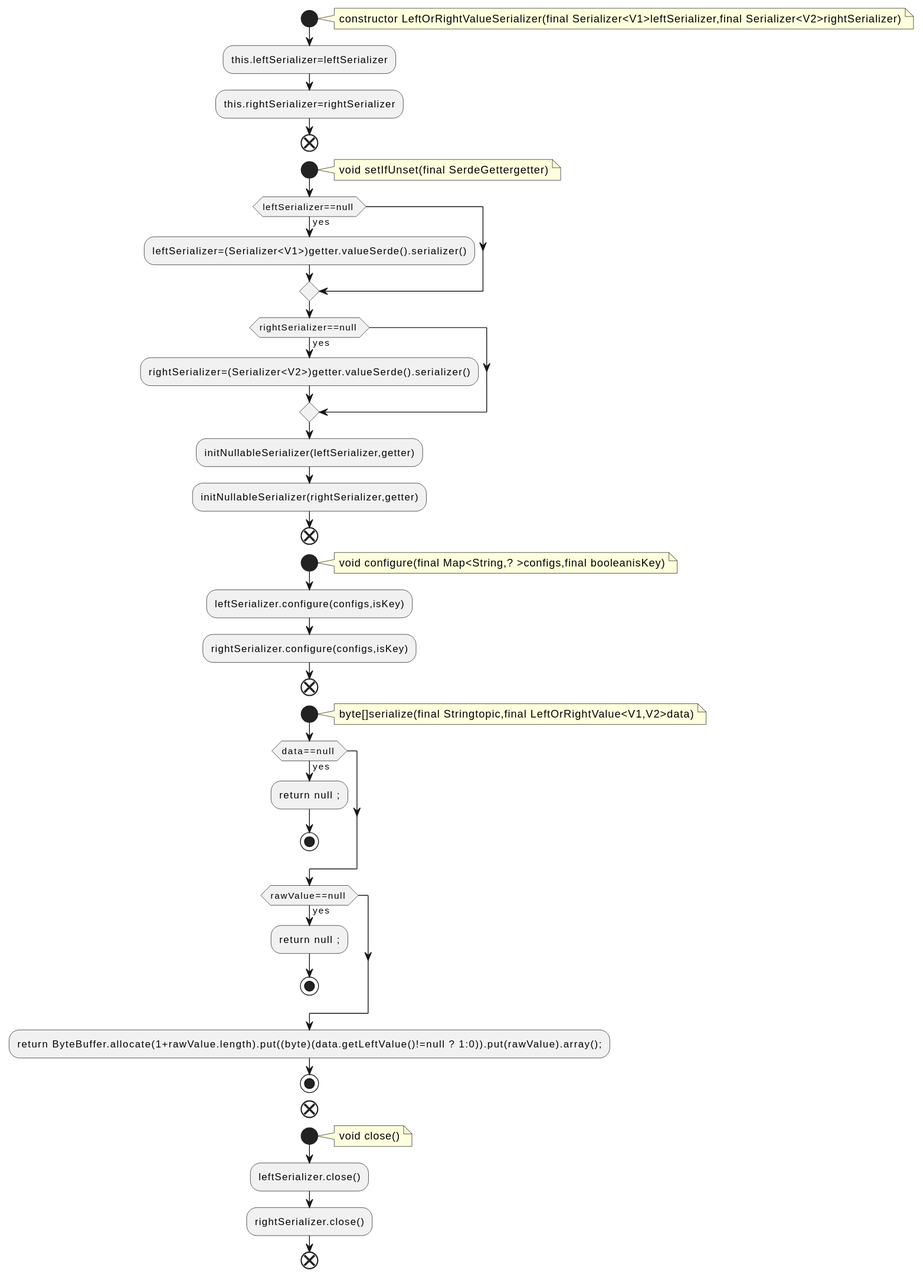
Before: docs/qc/streams/src/main/java/org/apache/kafka/streams/state/internals/LeftOrRightValueSerializer.java.fct.svg, a diagram exported from PlantUML (qualitesys/kafka).
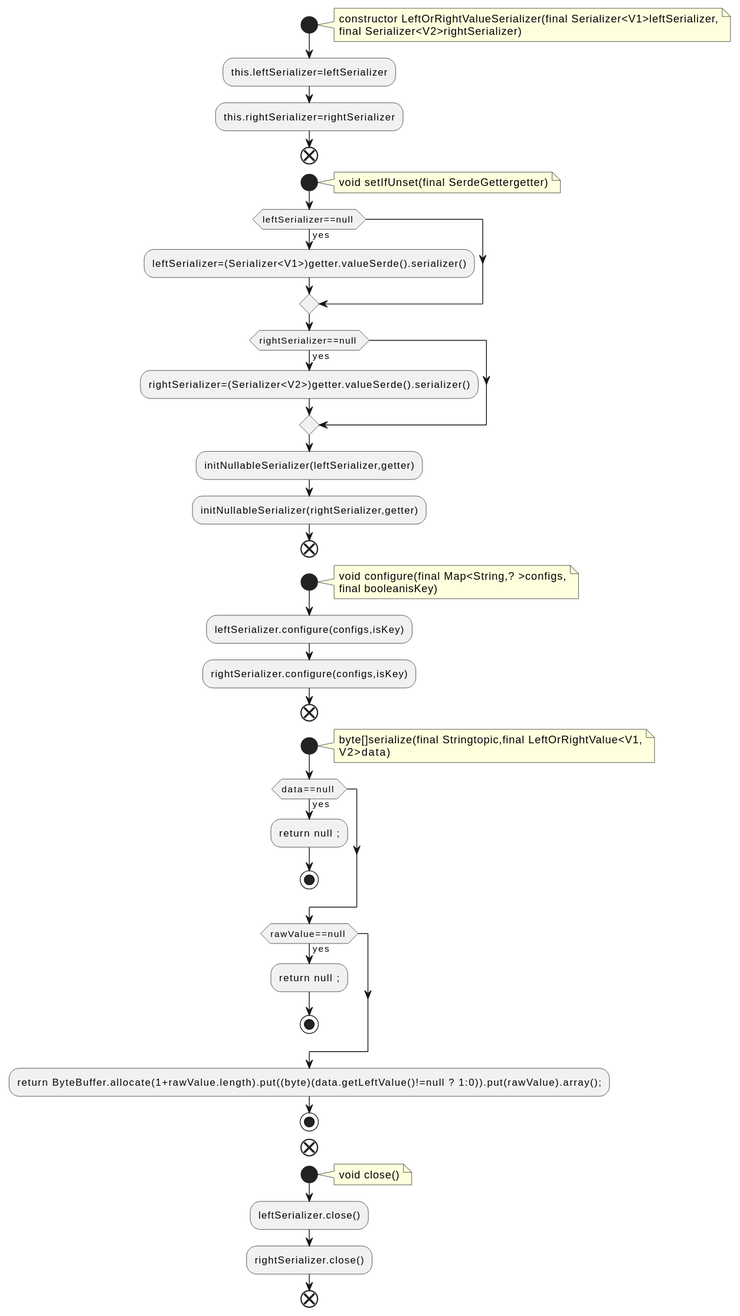
After the commit.

Change to the diagram source:
```diff
@@ -2,7 +2,8 @@
 !pragma layout smetana
 start
 note right
-constructor LeftOrRightValueSerializer(final Serializer<V1>leftSerializer,final Serializer<V2>rightSerializer)
+constructor LeftOrRightValueSerializer(final Serializer<V1>leftSerializer,
+final Serializer<V2>rightSerializer)
 end note
 :this.leftSerializer=leftSerializer;
 :this.rightSerializer=rightSerializer;
@@ -22,14 +23,16 @@
 end
 start
 note right
-void configure(final Map<String,? >configs,final booleanisKey)
+void configure(final Map<String,? >configs,
+final booleanisKey)
 end note
 :leftSerializer.configure(configs,isKey);
 :rightSerializer.configure(configs,isKey);
 end
 start
 note right
-byte[]serialize(final Stringtopic,final LeftOrRightValue<V1,V2>data)
+byte[]serialize(final Stringtopic,final LeftOrRightValue<V1,
+V2>data)
 end note
 if (data==null ) then (yes)
 :return null ;;
```
